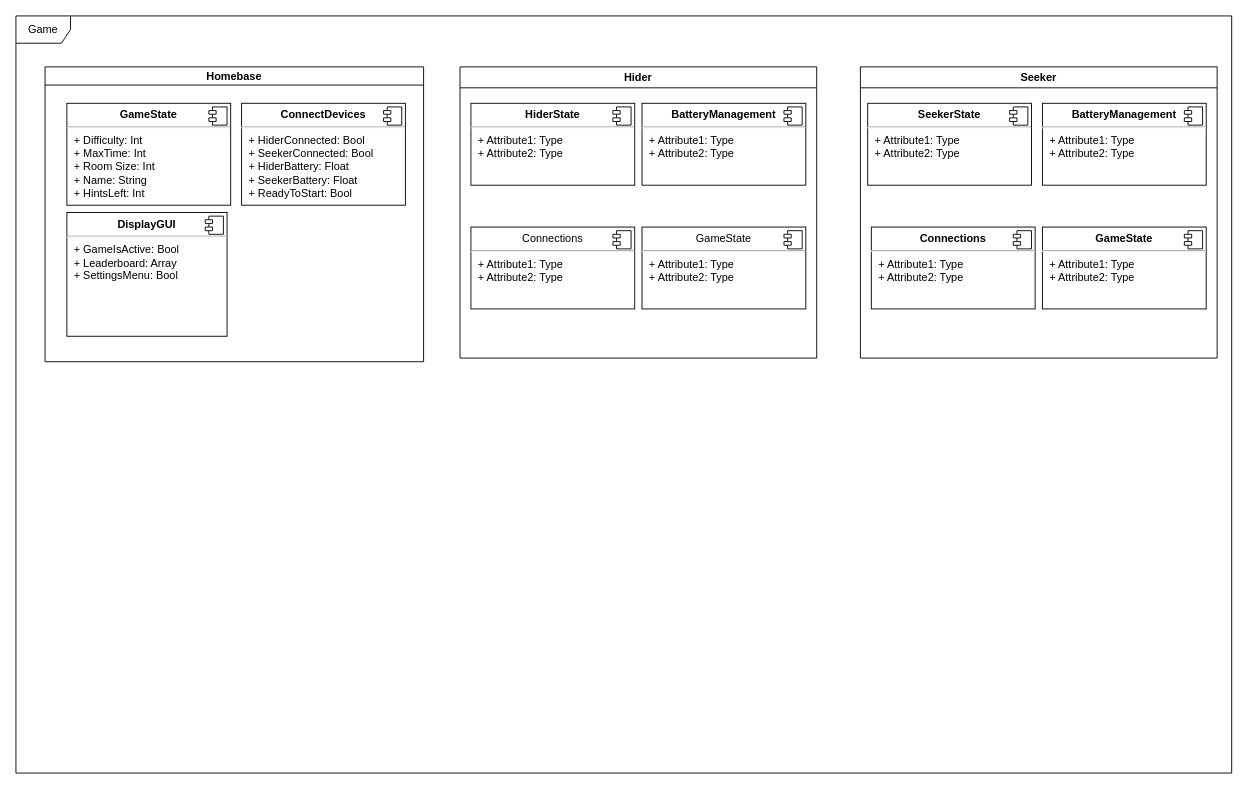
Earlier version of the draw.io diagram Hide-Seek/Hide-Side-Data-Flow.drawio (JoshMuir/JoshMuir). Source tidied: cells renumbered, new cells numbered last; positions are measured from the earlier drawing's top-left corner, leaving out a move shared by most shapes. Both pictures are drawn from the tidied source at 91%, with x=0, y=0 at pixel (15, 15).
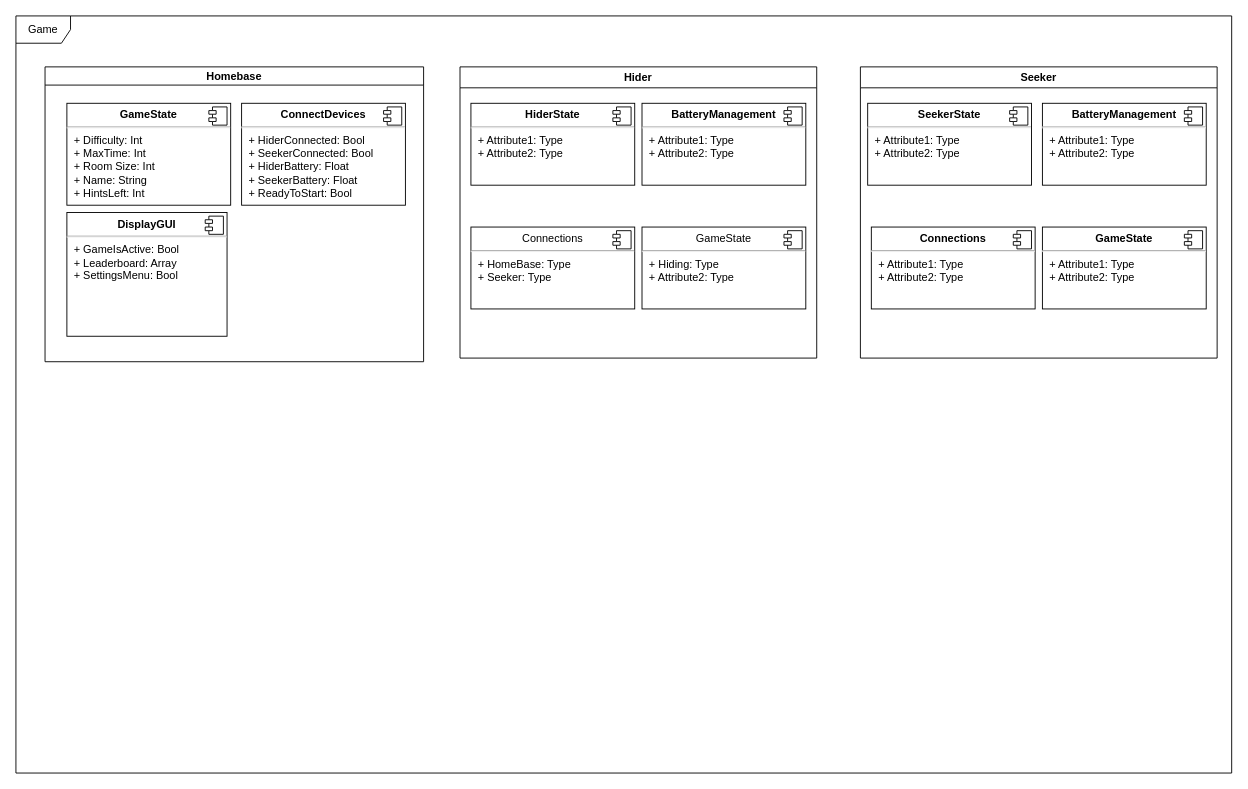
The same page after the edit.

Unchanged cells that the change refers to:
```xml
<mxCell id="10" value="Hider" style="swimlane;" parent="1" vertex="1">
  <mxGeometry x="488" y="56" width="392" height="320" as="geometry" />
</mxCell>
```

Change to the diagram source:
```diff
@@
-    <mxCell id="15" value="&lt;p style=&quot;margin:0px;margin-top:6px;text-align:center;&quot;&gt;Connections&lt;/p&gt;&lt;hr&gt;&lt;p style=&quot;margin:0px;margin-left:8px;&quot;&gt;+ Attribute1: Type&lt;br&gt;+ Attribute2: Type&lt;/p&gt;" style="align=left;overflow=fill;html=1;whiteSpace=wrap;" parent="10" vertex="1">
+    <mxCell id="15" value="&lt;p style=&quot;margin:0px;margin-top:6px;text-align:center;&quot;&gt;Connections&lt;/p&gt;&lt;hr&gt;&lt;p style=&quot;margin:0px;margin-left:8px;&quot;&gt;+ HomeBase: Type&lt;br&gt;+ Seeker: Type&lt;/p&gt;" style="align=left;overflow=fill;html=1;whiteSpace=wrap;" parent="10" vertex="1">
       <mxGeometry x="12" y="176" width="180" height="90" as="geometry" />
     </mxCell>
@@
-    <mxCell id="17" value="&lt;p style=&quot;margin:0px;margin-top:6px;text-align:center;&quot;&gt;GameState&lt;br&gt;&lt;/p&gt;&lt;hr&gt;&lt;p style=&quot;margin:0px;margin-left:8px;&quot;&gt;+ Attribute1: Type&lt;br&gt;+ Attribute2: Type&lt;/p&gt;" style="align=left;overflow=fill;html=1;whiteSpace=wrap;" parent="10" vertex="1">
+    <mxCell id="17" value="&lt;p style=&quot;margin:0px;margin-top:6px;text-align:center;&quot;&gt;GameState&lt;br&gt;&lt;/p&gt;&lt;hr&gt;&lt;p style=&quot;margin:0px;margin-left:8px;&quot;&gt;+ Hiding: Type&lt;br&gt;+ Attribute2: Type&lt;/p&gt;" style="align=left;overflow=fill;html=1;whiteSpace=wrap;" parent="10" vertex="1">
       <mxGeometry x="200" y="176" width="180" height="90" as="geometry" />
     </mxCell>
```
